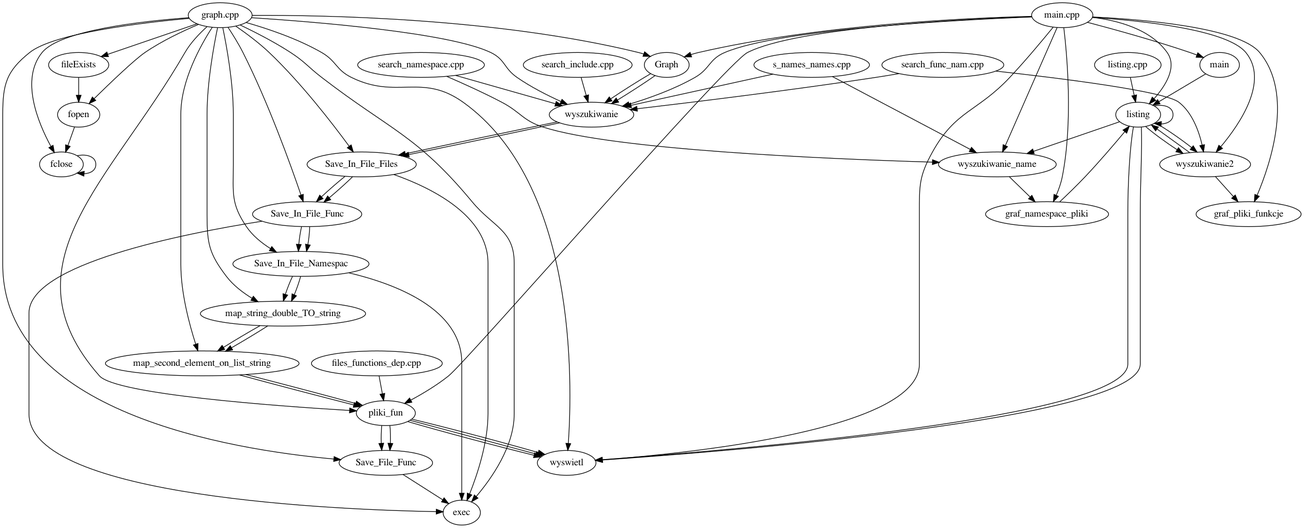
Above: folder/pliki_funkcje.dot.png in ZychDev/Zak_Io_Project (Graphviz), before the change. Its source is kept beside it as folder/pliki_funkcje.dot.
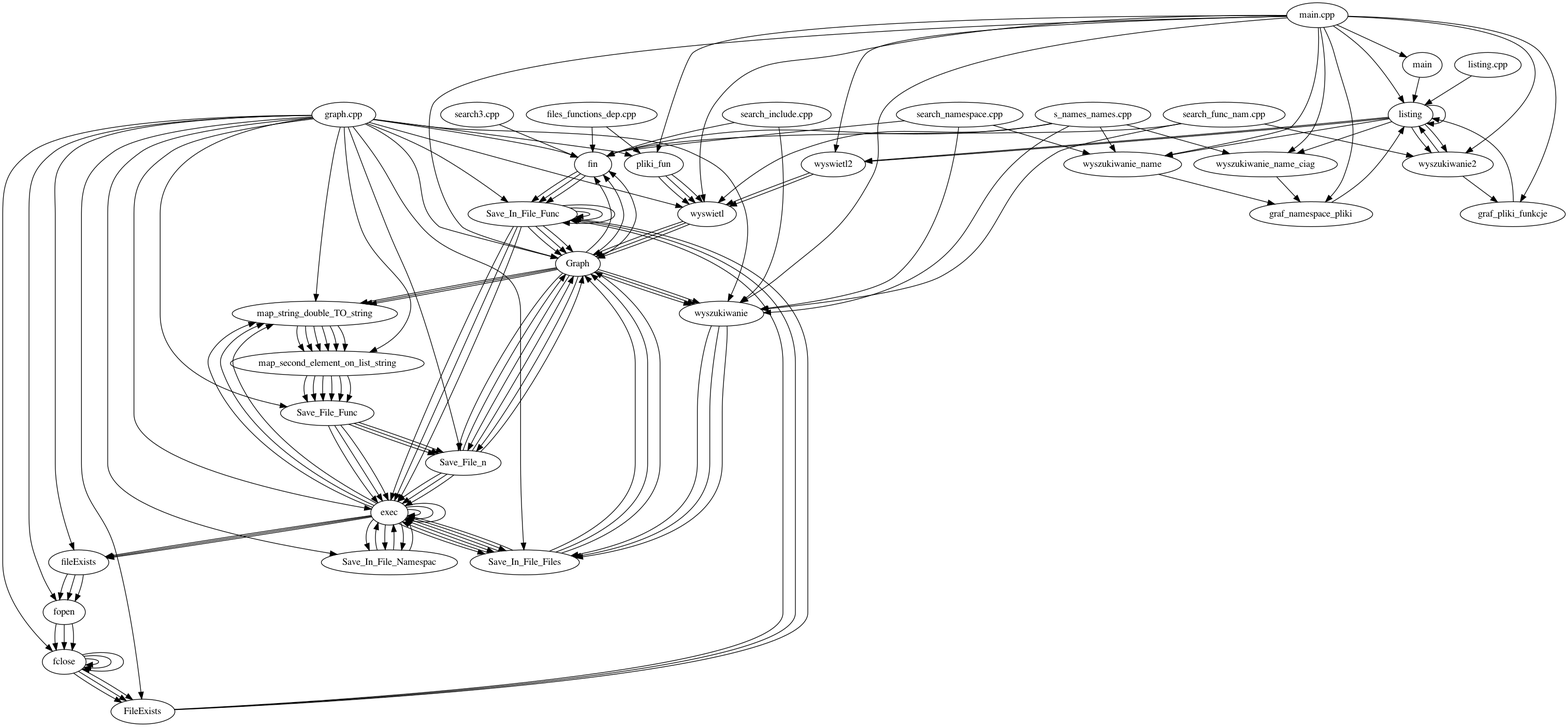
The same diagram one commit later.

What changed in the source:
```diff
@@ -1,36 +1,49 @@
 digraph files_graph
 {
+"files_functions_dep.cpp"->"fin"
 "files_functions_dep.cpp"->"pliki_fun"
-->"wyswietl""graph.cpp"->"Graph"
-->"wyszukiwanie"->"Save_In_File_Files"->"Save_In_File_Func"->"Save_In_File_Namespac"->"map_string_double_TO_string"->"map_second_element_on_list_string"->"pliki_fun"->"Save_File_Func""graph.cpp"->"Save_File_Func"
-->"exec""graph.cpp"->"Save_In_File_Files"
-->"exec""graph.cpp"->"Save_In_File_Func"
-->"exec""graph.cpp"->"Save_In_File_Namespac"
-->"exec""graph.cpp"->"exec"
+->"wyswietl"->"Graph"->"wyszukiwanie"->"Save_In_File_Files"->"Graph"->"fin"->"Save_In_File_Func"->"Save_In_File_Func"->"Graph"->"Save_File_n"->"Graph"->"map_string_double_TO_string"->"map_second_element_on_list_string"->"Save_File_Func"->"Save_File_n"->"exec"->"map_string_double_TO_string"->"map_second_element_on_list_string"->"Save_File_Func"->"exec"->"Save_In_File_Namespac"->"exec"->"fileExists"->"fopen"->"fclose"->"fclose"->"FileExists"->"Save_In_File_Func"->"exec"->"Save_In_File_Files"->"exec"->"exec""graph.cpp"->"FileExists"
+"graph.cpp"->"Graph"
+"graph.cpp"->"Save_File_Func"
+"graph.cpp"->"Save_File_n"
+"graph.cpp"->"Save_In_File_Files"
+"graph.cpp"->"Save_In_File_Func"
+"graph.cpp"->"Save_In_File_Namespac"
+"graph.cpp"->"exec"
 "graph.cpp"->"fclose"
 "graph.cpp"->"fileExists"
-->"fopen"->"fclose"->"fclose""graph.cpp"->"fopen"
+"graph.cpp"->"fin"
+"graph.cpp"->"fopen"
 "graph.cpp"->"map_second_element_on_list_string"
 "graph.cpp"->"map_string_double_TO_string"
 "graph.cpp"->"pliki_fun"
-->"wyswietl""graph.cpp"->"wyswietl"
+->"wyswietl"->"Graph"->"wyszukiwanie"->"Save_In_File_Files"->"Graph"->"fin"->"Save_In_File_Func"->"Save_In_File_Func"->"Graph"->"Save_File_n"->"Graph"->"map_string_double_TO_string"->"map_second_element_on_list_string"->"Save_File_Func"->"Save_File_n"->"exec"->"map_string_double_TO_string"->"map_second_element_on_list_string"->"Save_File_Func"->"exec"->"Save_In_File_Namespac"->"exec"->"fileExists"->"fopen"->"fclose"->"fclose"->"FileExists"->"Save_In_File_Func"->"exec"->"Save_In_File_Files"->"exec"->"exec""graph.cpp"->"wyswietl"
 "graph.cpp"->"wyszukiwanie"
 "listing.cpp"->"listing"
-->"wyswietl""main.cpp"->"Graph"
-->"wyszukiwanie"->"Save_In_File_Files"->"Save_In_File_Func"->"Save_In_File_Namespac"->"map_string_double_TO_string"->"map_second_element_on_list_string"->"pliki_fun"->"Save_File_Func""main.cpp"->"graf_namespace_pliki"
+->"wyswietl2"->"wyswietl""main.cpp"->"Graph"
+"main.cpp"->"graf_namespace_pliki"
 "main.cpp"->"graf_pliki_funkcje"
 "main.cpp"->"listing"
-->"wyswietl""main.cpp"->"main"
-->"listing"->"listing"->"wyszukiwanie_name"->"graf_namespace_pliki"->"listing"->"wyszukiwanie2"->"listing"->"wyszukiwanie2"->"graf_pliki_funkcje""main.cpp"->"pliki_fun"
-->"wyswietl""main.cpp"->"wyswietl"
+->"wyswietl2"->"wyswietl""main.cpp"->"main"
+->"listing"->"listing"->"wyszukiwanie_name_ciag"->"graf_namespace_pliki"->"listing"->"wyszukiwanie2"->"listing"->"wyszukiwanie2"->"graf_pliki_funkcje"->"listing"->"wyszukiwanie_name"->"graf_namespace_pliki""main.cpp"->"pliki_fun"
+->"wyswietl"->"Graph"->"wyszukiwanie"->"Save_In_File_Files"->"Graph"->"fin"->"Save_In_File_Func"->"Save_In_File_Func"->"Graph"->"Save_File_n"->"Graph"->"map_string_double_TO_string"->"map_second_element_on_list_string"->"Save_File_Func"->"Save_File_n"->"exec"->"map_string_double_TO_string"->"map_second_element_on_list_string"->"Save_File_Func"->"exec"->"Save_In_File_Namespac"->"exec"->"fileExists"->"fopen"->"fclose"->"fclose"->"FileExists"->"Save_In_File_Func"->"exec"->"Save_In_File_Files"->"exec"->"exec""main.cpp"->"wyswietl"
+"main.cpp"->"wyswietl2"
 "main.cpp"->"wyszukiwanie"
 "main.cpp"->"wyszukiwanie2"
 "main.cpp"->"wyszukiwanie_name"
+"main.cpp"->"wyszukiwanie_name_ciag"
+"s_names_names.cpp"->"fin"
+"s_names_names.cpp"->"wyswietl"
 "s_names_names.cpp"->"wyszukiwanie"
 "s_names_names.cpp"->"wyszukiwanie_name"
+"s_names_names.cpp"->"wyszukiwanie_name_ciag"
+"search3.cpp"->"fin"
+"search_func_nam.cpp"->"fin"
 "search_func_nam.cpp"->"wyszukiwanie"
 "search_func_nam.cpp"->"wyszukiwanie2"
+"search_include.cpp"->"fin"
 "search_include.cpp"->"wyszukiwanie"
+"search_namespace.cpp"->"fin"
 "search_namespace.cpp"->"wyszukiwanie"
 "search_namespace.cpp"->"wyszukiwanie_name"
 }
```
